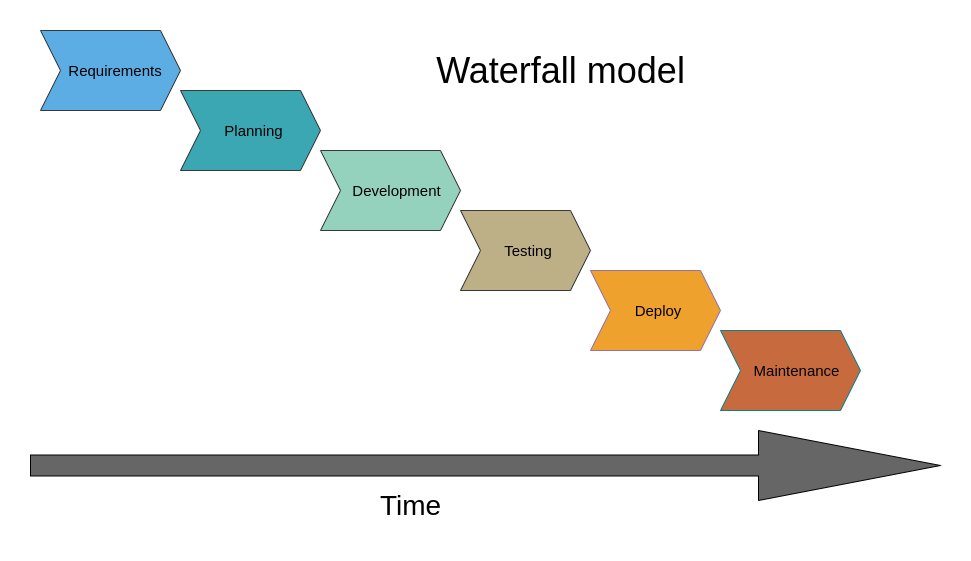
ShrRa/python-intermediate-development keeps this draw.io diagram as fig/34_requrements_waterfall.png. Above is the earlier version. Source tidied: cells renumbered, new cells last; positions are measured from the earlier drawing's top-left corner, leaving out a move shared by most shapes.
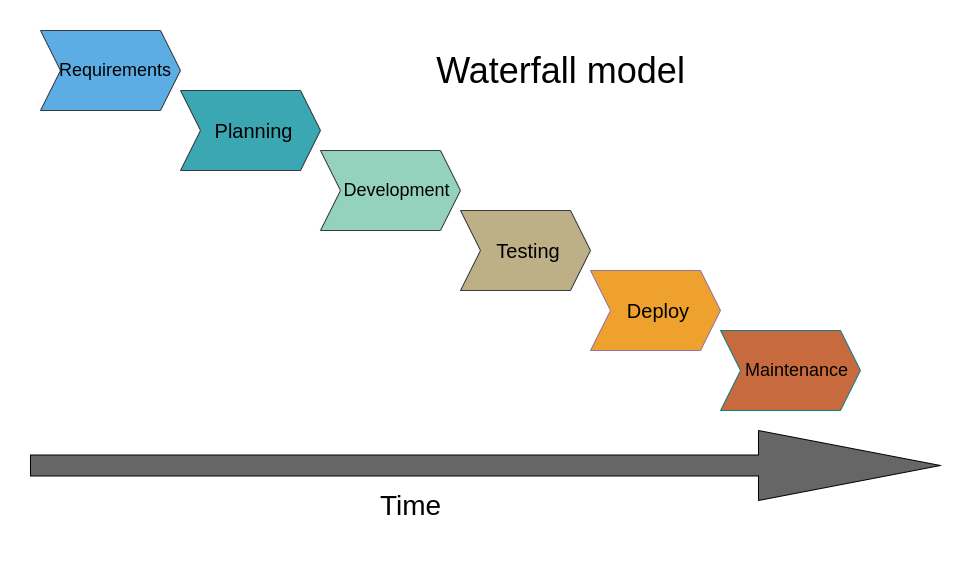
After the commit.

Diff of the diagram source:
```diff
@@ -2,22 +2,22 @@
   <root>
     <mxCell id="0" />
     <mxCell id="1" parent="0" />
-    <mxCell id="2" value="Requirements" style="shape=step;perimeter=stepPerimeter;whiteSpace=wrap;html=1;fixedSize=1;rounded=0;labelBackgroundColor=none;fillColor=#5CADE3;strokeColor=#36393d;spacingLeft=10;fontSize=15;" parent="1" vertex="1">
+    <mxCell id="2" value="Requirements" style="shape=step;perimeter=stepPerimeter;whiteSpace=wrap;html=1;fixedSize=1;rounded=0;labelBackgroundColor=none;fillColor=#5CADE3;strokeColor=#36393d;spacingLeft=10;fontSize=18;" parent="1" vertex="1">
       <mxGeometry x="10" width="140" height="80" as="geometry" />
     </mxCell>
-    <mxCell id="3" value="Planning" style="shape=step;perimeter=stepPerimeter;whiteSpace=wrap;html=1;fixedSize=1;rounded=0;labelBackgroundColor=none;fillColor=#3BA7B3;strokeColor=#36393d;spacingLeft=7;fontSize=15;" parent="1" vertex="1">
+    <mxCell id="3" value="Planning" style="shape=step;perimeter=stepPerimeter;whiteSpace=wrap;html=1;fixedSize=1;rounded=0;labelBackgroundColor=none;fillColor=#3BA7B3;strokeColor=#36393d;spacingLeft=7;fontSize=20;" parent="1" vertex="1">
       <mxGeometry x="150" y="60" width="140" height="80" as="geometry" />
     </mxCell>
-    <mxCell id="4" value="Development" style="shape=step;perimeter=stepPerimeter;whiteSpace=wrap;html=1;fixedSize=1;rounded=0;labelBackgroundColor=none;fillColor=#94d2bd;strokeColor=#36393d;spacingLeft=13;fontSize=15;" parent="1" vertex="1">
+    <mxCell id="4" value="Development" style="shape=step;perimeter=stepPerimeter;whiteSpace=wrap;html=1;fixedSize=1;rounded=0;labelBackgroundColor=none;fillColor=#94d2bd;strokeColor=#36393d;spacingLeft=13;fontSize=18;" parent="1" vertex="1">
       <mxGeometry x="290" y="120" width="140" height="80" as="geometry" />
     </mxCell>
-    <mxCell id="5" value="Testing" style="shape=step;perimeter=stepPerimeter;whiteSpace=wrap;html=1;fixedSize=1;rounded=0;labelBackgroundColor=none;fillColor=#BDAF86;strokeColor=#36393d;spacingLeft=6;fontSize=15;" parent="1" vertex="1">
+    <mxCell id="5" value="Testing" style="shape=step;perimeter=stepPerimeter;whiteSpace=wrap;html=1;fixedSize=1;rounded=0;labelBackgroundColor=none;fillColor=#BDAF86;strokeColor=#36393d;spacingLeft=6;fontSize=20;" parent="1" vertex="1">
       <mxGeometry x="430" y="180" width="130" height="80" as="geometry" />
     </mxCell>
-    <mxCell id="6" value="Deploy" style="shape=step;perimeter=stepPerimeter;whiteSpace=wrap;html=1;fixedSize=1;rounded=0;labelBackgroundColor=none;fillColor=#EEA12D;strokeColor=#9673a6;spacingLeft=6;fontSize=15;" parent="1" vertex="1">
+    <mxCell id="6" value="Deploy" style="shape=step;perimeter=stepPerimeter;whiteSpace=wrap;html=1;fixedSize=1;rounded=0;labelBackgroundColor=none;fillColor=#EEA12D;strokeColor=#9673a6;spacingLeft=6;fontSize=20;" parent="1" vertex="1">
       <mxGeometry x="560" y="240" width="130" height="80" as="geometry" />
     </mxCell>
-    <mxCell id="7" value="Maintenance" style="shape=step;perimeter=stepPerimeter;whiteSpace=wrap;html=1;fixedSize=1;rounded=0;labelBackgroundColor=none;fillColor=#C76B3E;strokeColor=#0e8088;spacingLeft=13;fillStyle=auto;fontSize=15;" parent="1" vertex="1">
+    <mxCell id="7" value="Maintenance" style="shape=step;perimeter=stepPerimeter;whiteSpace=wrap;html=1;fixedSize=1;rounded=0;labelBackgroundColor=none;fillColor=#C76B3E;strokeColor=#0e8088;spacingLeft=13;fillStyle=auto;fontSize=18;" parent="1" vertex="1">
       <mxGeometry x="690" y="300" width="140" height="80" as="geometry" />
     </mxCell>
     <mxCell id="8" style="shape=singleArrow;whiteSpace=wrap;html=1;fontColor=#FFFFFF;labelBackgroundColor=none;fillColor=#666666;" parent="1" vertex="1">
```
